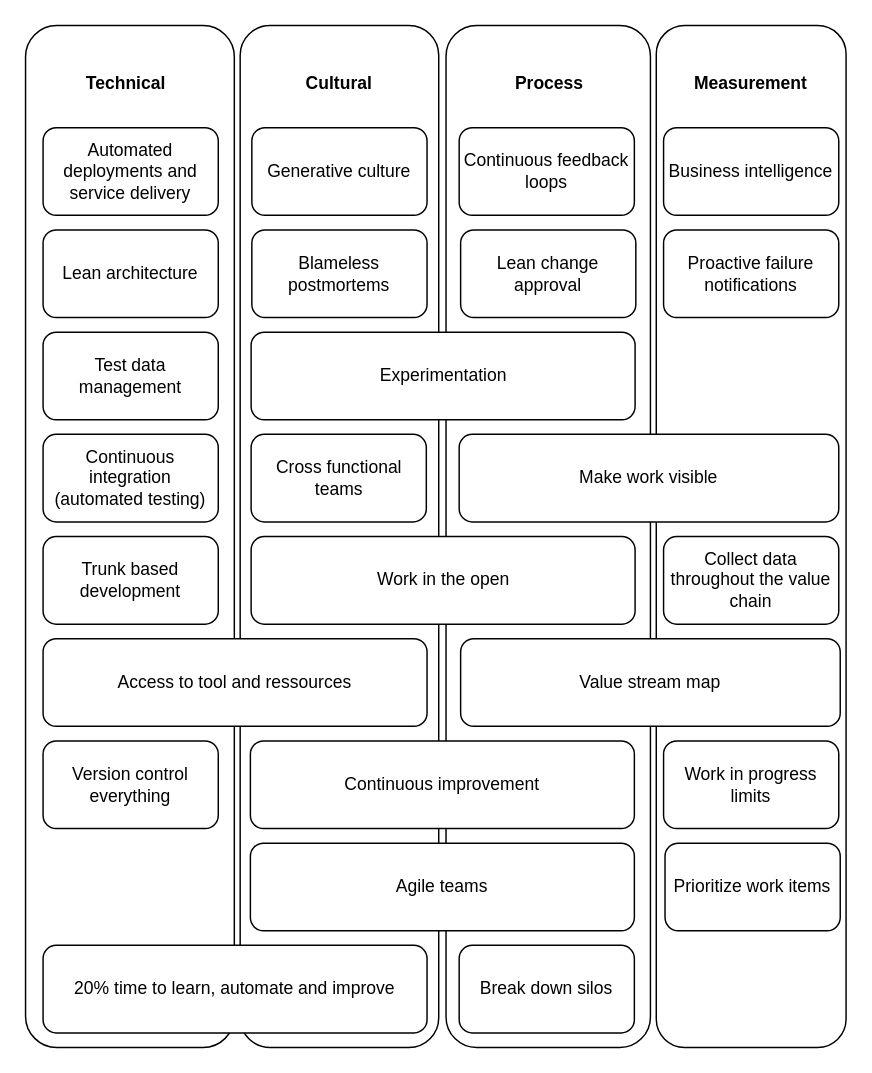
Before: drawio/en/StrategySummary.drawio in sara-sabr/ITStrategy, a draw.io diagram. Source tidied: cells renumbered, new cells numbered last; positions are measured from the earlier drawing's top-left corner, leaving out a move shared by most shapes. Both pictures are drawn from the tidied source at 146%, with x=0, y=0 at pixel (25, 25).
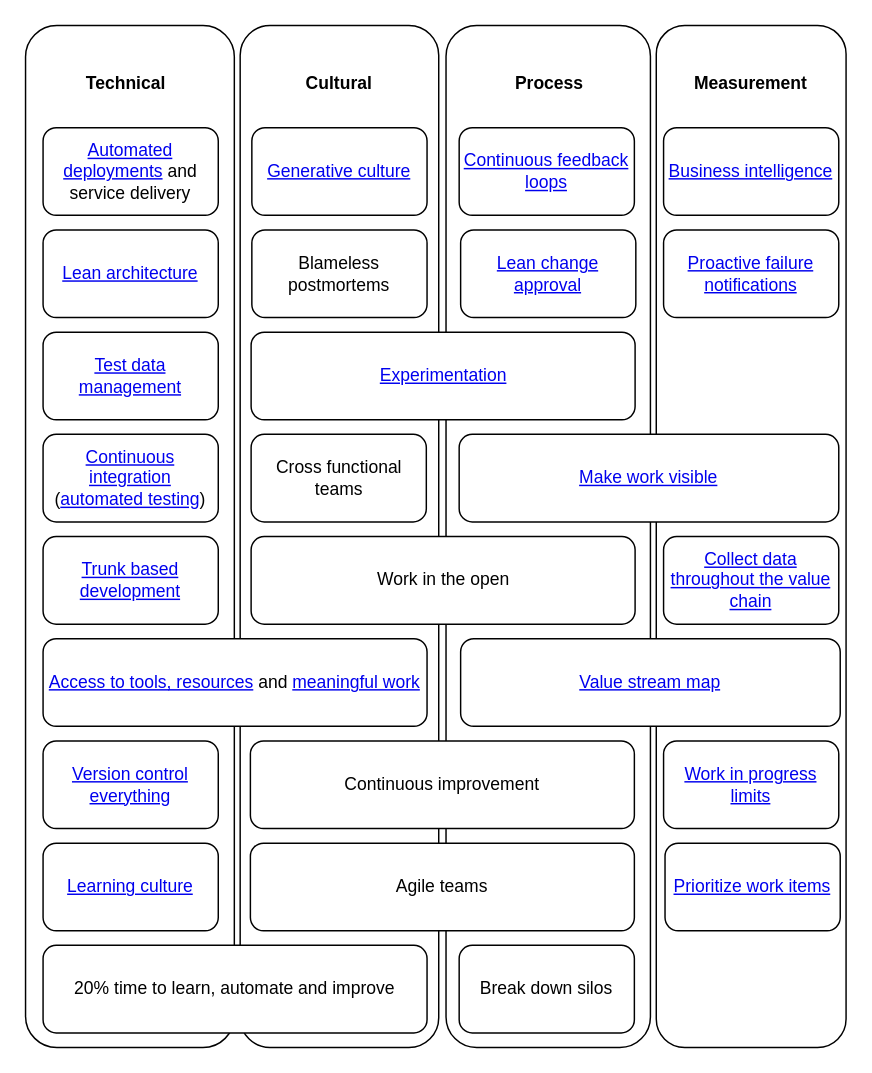
The same page after the edit.

Commit message (it also covers changes not shown here):
Add links to DORA capabilities

What changed in the source:
```diff
@@
-    <mxCell id="7" value="Access to tool and ressources" style="rounded=1;whiteSpace=wrap;html=1;" parent="1" vertex="1">
+    <mxCell id="7" value="&lt;a href=&quot;https://cloud.google.com/solutions/devops/devops-tech-teams-empowered-to-choose-tools&quot;&gt;Access to tools, resources&lt;/a&gt; and &lt;a href=&quot;https://cloud.google.com/solutions/devops/devops-culture-job-satisfaction&quot;&gt;meaningful work&lt;/a&gt;" style="rounded=1;whiteSpace=wrap;html=1;" parent="1" vertex="1">
       <mxGeometry x="12" y="420" width="263" height="60" as="geometry" />
     </mxCell>
@@
-    <mxCell id="10" value="Experimentation" style="rounded=1;whiteSpace=wrap;html=1;" parent="1" vertex="1">
+    <mxCell id="10" value="&lt;a href=&quot;https://cloud.google.com/solutions/devops/devops-process-team-experimentation&quot;&gt;Experimentation&lt;/a&gt;" style="rounded=1;whiteSpace=wrap;html=1;" parent="1" vertex="1">
       <mxGeometry x="154.5" y="210" width="263" height="60" as="geometry" />
     </mxCell>
-    <mxCell id="11" value="Business intelligence" style="rounded=1;whiteSpace=wrap;html=1;" parent="1" vertex="1">
+    <mxCell id="11" value="&lt;a href=&quot;https://cloud.google.com/solutions/devops/devops-measurement-monitoring-systems&quot;&gt;Business intelligence&lt;/a&gt;" style="rounded=1;whiteSpace=wrap;html=1;" parent="1" vertex="1">
       <mxGeometry x="437" y="70" width="120" height="60" as="geometry" />
     </mxCell>
-    <mxCell id="12" value="Proactive failure notifications" style="rounded=1;whiteSpace=wrap;html=1;" parent="1" vertex="1">
+    <mxCell id="12" value="&lt;a href=&quot;https://cloud.google.com/solutions/devops/devops-measurement-proactive-failure-notification&quot;&gt;Proactive failure notifications&lt;/a&gt;" style="rounded=1;whiteSpace=wrap;html=1;" parent="1" vertex="1">
       <mxGeometry x="437" y="140" width="120" height="60" as="geometry" />
     </mxCell>
-    <mxCell id="13" value="Work in progress limits" style="rounded=1;whiteSpace=wrap;html=1;" parent="1" vertex="1">
+    <mxCell id="13" value="&lt;a href=&quot;https://cloud.google.com/solutions/devops/devops-measurement-wip-limits&quot;&gt;Work in progress limits&lt;/a&gt;" style="rounded=1;whiteSpace=wrap;html=1;" parent="1" vertex="1">
       <mxGeometry x="437" y="490" width="120" height="60" as="geometry" />
     </mxCell>
@@
-    <mxCell id="15" value="Automated deployments and service delivery" style="rounded=1;whiteSpace=wrap;html=1;" parent="1" vertex="1">
+    <mxCell id="15" value="&lt;a href=&quot;https://cloud.google.com/solutions/devops/devops-tech-deployment-automation&quot;&gt;Automated deployments&lt;/a&gt; and service delivery" style="rounded=1;whiteSpace=wrap;html=1;" parent="1" vertex="1">
       <mxGeometry x="12" y="70" width="120" height="60" as="geometry" />
     </mxCell>
-    <mxCell id="16" value="Continuous integration (automated testing)" style="rounded=1;whiteSpace=wrap;html=1;" parent="1" vertex="1">
+    <mxCell id="16" value="&lt;a href=&quot;https://cloud.google.com/solutions/devops/devops-tech-continuous-integration&quot;&gt;Continuous integration&lt;/a&gt; (&lt;a href=&quot;https://cloud.google.com/solutions/devops/devops-tech-test-automation&quot;&gt;automated testing&lt;/a&gt;)" style="rounded=1;whiteSpace=wrap;html=1;" parent="1" vertex="1">
       <mxGeometry x="12" y="280" width="120" height="60" as="geometry" />
     </mxCell>
-    <mxCell id="17" value="Test data management" style="rounded=1;whiteSpace=wrap;html=1;" parent="1" vertex="1">
+    <mxCell id="17" value="&lt;a href=&quot;https://cloud.google.com/solutions/devops/devops-tech-test-data-management&quot;&gt;Test data management&lt;/a&gt;" style="rounded=1;whiteSpace=wrap;html=1;" parent="1" vertex="1">
       <mxGeometry x="12" y="210" width="120" height="60" as="geometry" />
     </mxCell>
-    <mxCell id="18" value="Trunk based development" style="rounded=1;whiteSpace=wrap;html=1;" parent="1" vertex="1">
+    <mxCell id="18" value="&lt;a href=&quot;https://cloud.google.com/solutions/devops/devops-tech-trunk-based-development&quot;&gt;Trunk based development&lt;/a&gt;" style="rounded=1;whiteSpace=wrap;html=1;" parent="1" vertex="1">
       <mxGeometry x="12" y="350" width="120" height="60" as="geometry" />
     </mxCell>
-    <mxCell id="19" value="Version control everything" style="rounded=1;whiteSpace=wrap;html=1;" parent="1" vertex="1">
+    <mxCell id="19" value="&lt;a href=&quot;https://cloud.google.com/solutions/devops/devops-tech-version-control&quot;&gt;Version control everything&lt;/a&gt;" style="rounded=1;whiteSpace=wrap;html=1;" parent="1" vertex="1">
       <mxGeometry x="12" y="490" width="120" height="60" as="geometry" />
     </mxCell>
@@
-    <mxCell id="22" value="Continuous feedback loops" style="rounded=1;whiteSpace=wrap;html=1;" parent="1" vertex="1">
+    <mxCell id="22" value="&lt;a href=&quot;https://cloud.google.com/solutions/devops/devops-process-customer-feedback&quot;&gt;Continuous feedback loops&lt;/a&gt;" style="rounded=1;whiteSpace=wrap;html=1;" parent="1" vertex="1">
       <mxGeometry x="297" y="70" width="120" height="60" as="geometry" />
     </mxCell>
-    <mxCell id="23" value="Value stream map" style="rounded=1;whiteSpace=wrap;html=1;" parent="1" vertex="1">
+    <mxCell id="23" value="&lt;a href=&quot;https://cloud.google.com/solutions/devops/devops-process-work-visibility-in-value-stream&quot;&gt;Value stream map&lt;/a&gt;" style="rounded=1;whiteSpace=wrap;html=1;" parent="1" vertex="1">
       <mxGeometry x="298" y="420" width="260" height="60" as="geometry" />
     </mxCell>
-    <mxCell id="24" value="Make work visible" style="rounded=1;whiteSpace=wrap;html=1;" parent="1" vertex="1">
+    <mxCell id="24" value="&lt;a href=&quot;https://cloud.google.com/solutions/devops/devops-measurement-visual-management&quot;&gt;Make work visible&lt;/a&gt;" style="rounded=1;whiteSpace=wrap;html=1;" parent="1" vertex="1">
       <mxGeometry x="297" y="280" width="260" height="60" as="geometry" />
     </mxCell>
-    <mxCell id="25" value="Lean architecture" style="rounded=1;whiteSpace=wrap;html=1;" parent="1" vertex="1">
+    <mxCell id="25" value="&lt;a href=&quot;https://cloud.google.com/solutions/devops/devops-tech-architecture&quot;&gt;Lean architecture&lt;/a&gt;" style="rounded=1;whiteSpace=wrap;html=1;" parent="1" vertex="1">
       <mxGeometry x="12" y="140" width="120" height="60" as="geometry" />
     </mxCell>
-    <mxCell id="26" value="Generative culture" style="rounded=1;whiteSpace=wrap;html=1;" parent="1" vertex="1">
+    <mxCell id="26" value="&lt;a href=&quot;https://cloud.google.com/solutions/devops/devops-culture-westrum-organizational-culture&quot;&gt;Generative culture&lt;/a&gt;" style="rounded=1;whiteSpace=wrap;html=1;" parent="1" vertex="1">
       <mxGeometry x="155" y="70" width="120" height="60" as="geometry" />
     </mxCell>
-    <mxCell id="27" value="Lean change approval" style="rounded=1;whiteSpace=wrap;html=1;" parent="1" vertex="1">
+    <mxCell id="27" value="&lt;a href=&quot;https://cloud.google.com/solutions/devops/devops-process-streamlining-change-approval&quot;&gt;Lean change approval&lt;/a&gt;" style="rounded=1;whiteSpace=wrap;html=1;" parent="1" vertex="1">
       <mxGeometry x="298" y="140" width="120" height="60" as="geometry" />
     </mxCell>
@@
-    <mxCell id="29" value="Collect data throughout the value chain" style="rounded=1;whiteSpace=wrap;html=1;" parent="1" vertex="1">
+    <mxCell id="29" value="&lt;a href=&quot;https://cloud.google.com/solutions/devops/devops-measurement-monitoring-systems&quot;&gt;Collect data throughout the value chain&lt;/a&gt;" style="rounded=1;whiteSpace=wrap;html=1;" parent="1" vertex="1">
       <mxGeometry x="437" y="350" width="120" height="60" as="geometry" />
     </mxCell>
-    <mxCell id="30" value="Prioritize work items" style="rounded=1;whiteSpace=wrap;html=1;" parent="1" vertex="1">
+    <mxCell id="30" value="&lt;a href=&quot;https://cloud.google.com/solutions/devops/devops-process-working-in-small-batches&quot;&gt;Prioritize work items&lt;/a&gt;" style="rounded=1;whiteSpace=wrap;html=1;" parent="1" vertex="1">
       <mxGeometry x="438" y="560" width="120" height="60" as="geometry" />
     </mxCell>
@@
+    <mxCell id="35" value="&lt;a href=&quot;https://cloud.google.com/solutions/devops/devops-culture-learning-culture&quot;&gt;Learning culture&lt;/a&gt;" style="rounded=1;whiteSpace=wrap;html=1;" parent="1" vertex="1">
+      <mxGeometry x="12" y="560" width="120" height="60" as="geometry" />
+    </mxCell>
```
